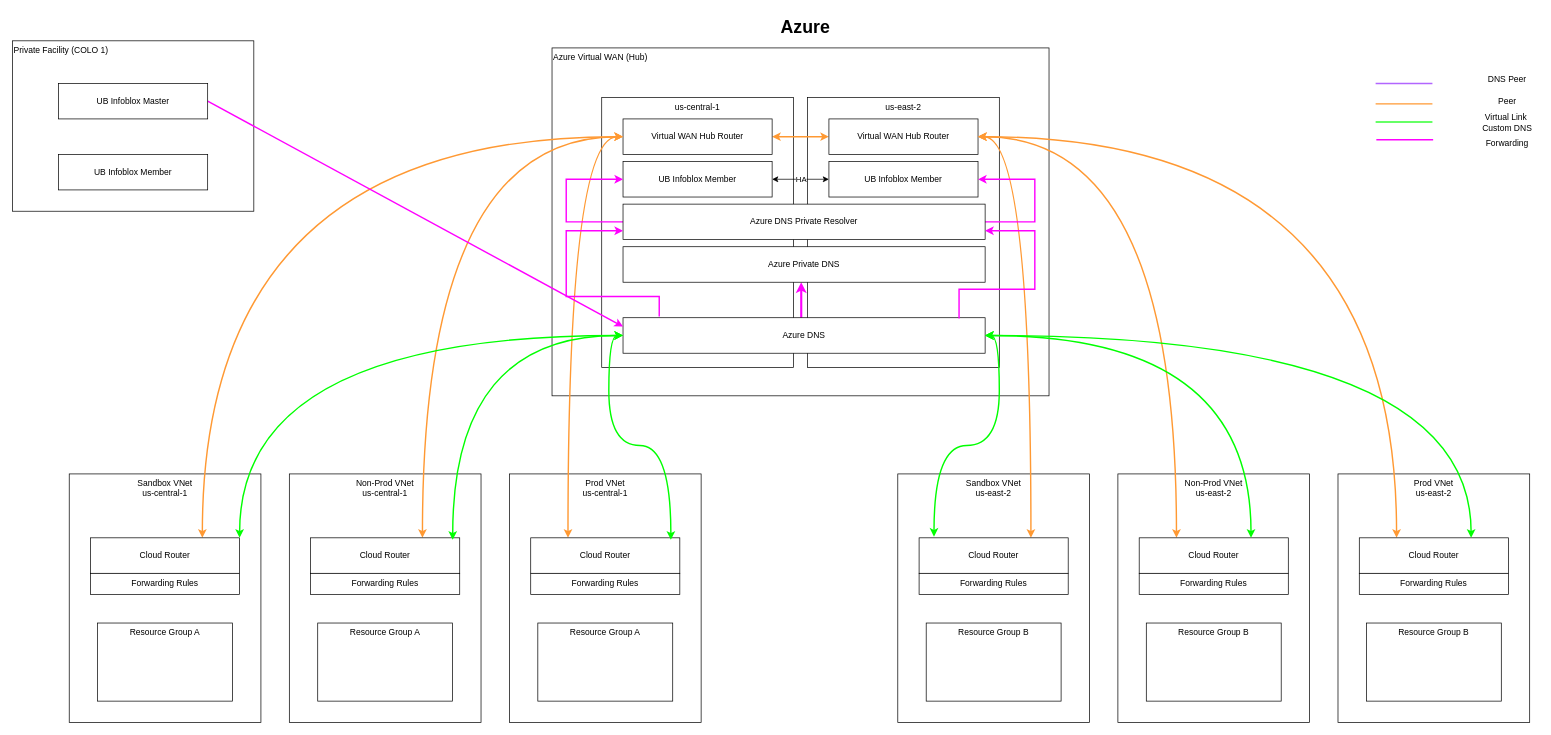
Above: page "DNS - Level 1 Azure" (17 of 17) of disaster-recovery.drawio in bpayt2/temp (draw.io), before the change. Source tidied: cells renumbered, new cells numbered last; positions are measured from the earlier drawing's top-left corner, leaving out a move shared by most shapes. Both pictures are drawn from the tidied source at 71%, with x=0, y=0 at pixel (12, 12).
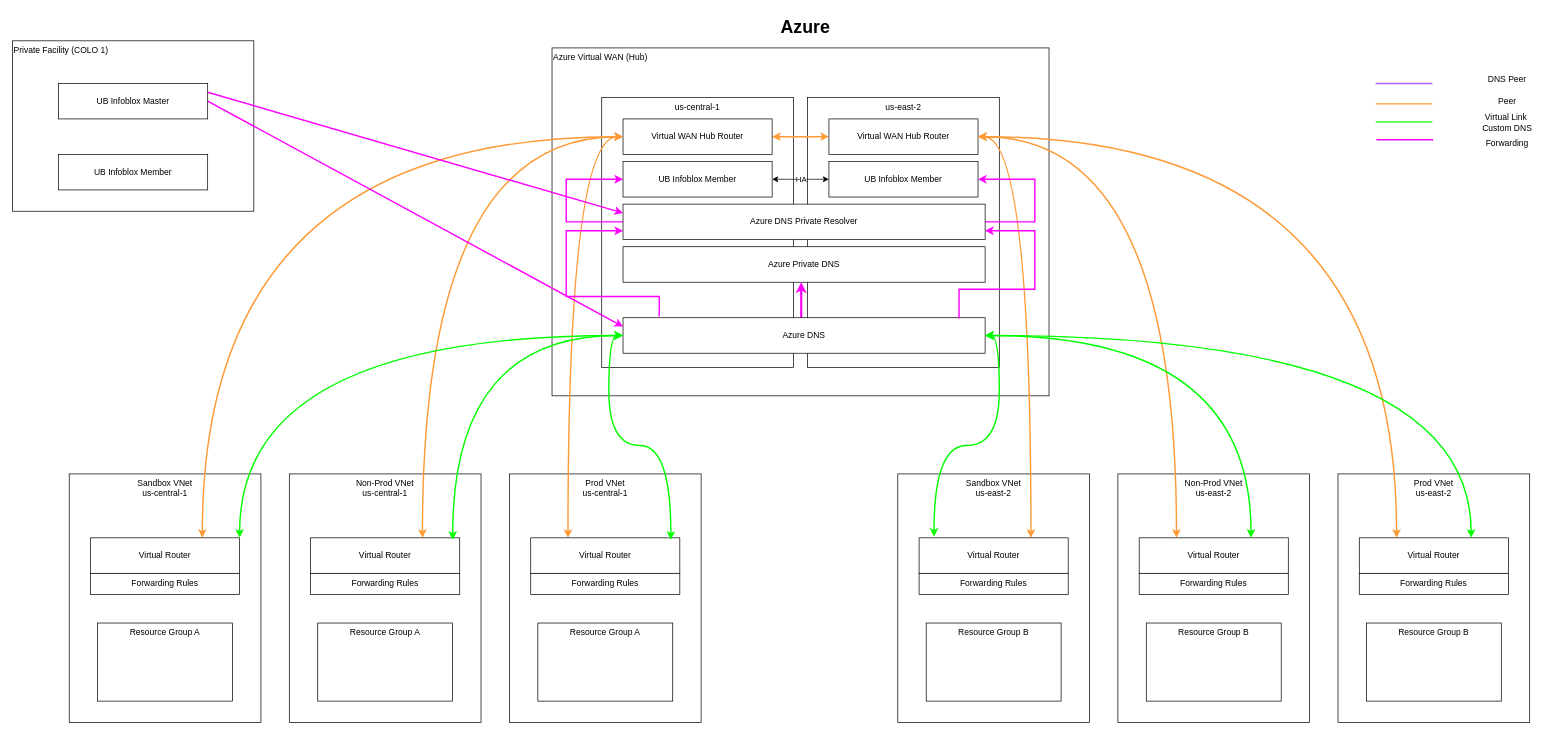
The same diagram, later.

Unchanged cells that the change refers to:
```xml
<mxCell id="40" value="UB Infoblox Master" style="rounded=0;whiteSpace=wrap;html=1;" parent="1" vertex="1">
  <mxGeometry x="65" y="100" width="210" height="50" as="geometry" />
</mxCell>
<mxCell id="53" value="Azure DNS Private Resolver" style="rounded=0;whiteSpace=wrap;html=1;" parent="1" vertex="1">
  <mxGeometry x="860" y="270" width="510" height="50" as="geometry" />
</mxCell>
```

Change to the diagram source:
```diff
@@
-    <mxCell id="17" value="Cloud Router" style="rounded=0;whiteSpace=wrap;html=1;" parent="1" vertex="1">
+    <mxCell id="17" value="Virtual Router" style="rounded=0;whiteSpace=wrap;html=1;" parent="1" vertex="1">
       <mxGeometry x="110" y="740" width="210" height="50" as="geometry" />
     </mxCell>
@@
-    <mxCell id="19" value="Cloud Router" style="rounded=0;whiteSpace=wrap;html=1;" parent="1" vertex="1">
+    <mxCell id="19" value="Virtual Router" style="rounded=0;whiteSpace=wrap;html=1;" parent="1" vertex="1">
       <mxGeometry x="1277" y="740" width="210" height="50" as="geometry" />
     </mxCell>
@@
-    <mxCell id="25" value="Cloud Router" style="rounded=0;whiteSpace=wrap;html=1;" parent="1" vertex="1">
+    <mxCell id="25" value="Virtual Router" style="rounded=0;whiteSpace=wrap;html=1;" parent="1" vertex="1">
       <mxGeometry x="420" y="740" width="210" height="50" as="geometry" />
     </mxCell>
@@
-    <mxCell id="27" value="Cloud Router" style="rounded=0;whiteSpace=wrap;html=1;" parent="1" vertex="1">
+    <mxCell id="27" value="Virtual Router" style="rounded=0;whiteSpace=wrap;html=1;" parent="1" vertex="1">
       <mxGeometry x="1587" y="740" width="210" height="50" as="geometry" />
     </mxCell>
@@
-    <mxCell id="33" value="Cloud Router" style="rounded=0;whiteSpace=wrap;html=1;" parent="1" vertex="1">
+    <mxCell id="33" value="Virtual Router" style="rounded=0;whiteSpace=wrap;html=1;" parent="1" vertex="1">
       <mxGeometry x="730" y="740" width="210" height="50" as="geometry" />
     </mxCell>
@@
-    <mxCell id="35" value="Cloud Router" style="rounded=0;whiteSpace=wrap;html=1;" parent="1" vertex="1">
+    <mxCell id="35" value="Virtual Router" style="rounded=0;whiteSpace=wrap;html=1;" parent="1" vertex="1">
       <mxGeometry x="1897" y="740" width="210" height="50" as="geometry" />
     </mxCell>
@@
+    <mxCell id="69" style="rounded=0;jettySize=auto;html=1;exitX=1;exitY=0.25;exitDx=0;exitDy=0;strokeColor=#FF00FF;strokeWidth=2;entryX=0;entryY=0.25;entryDx=0;entryDy=0;" parent="1" edge="1" source="40" target="53">
+      <mxGeometry relative="1" as="geometry" />
+    </mxCell>
```
